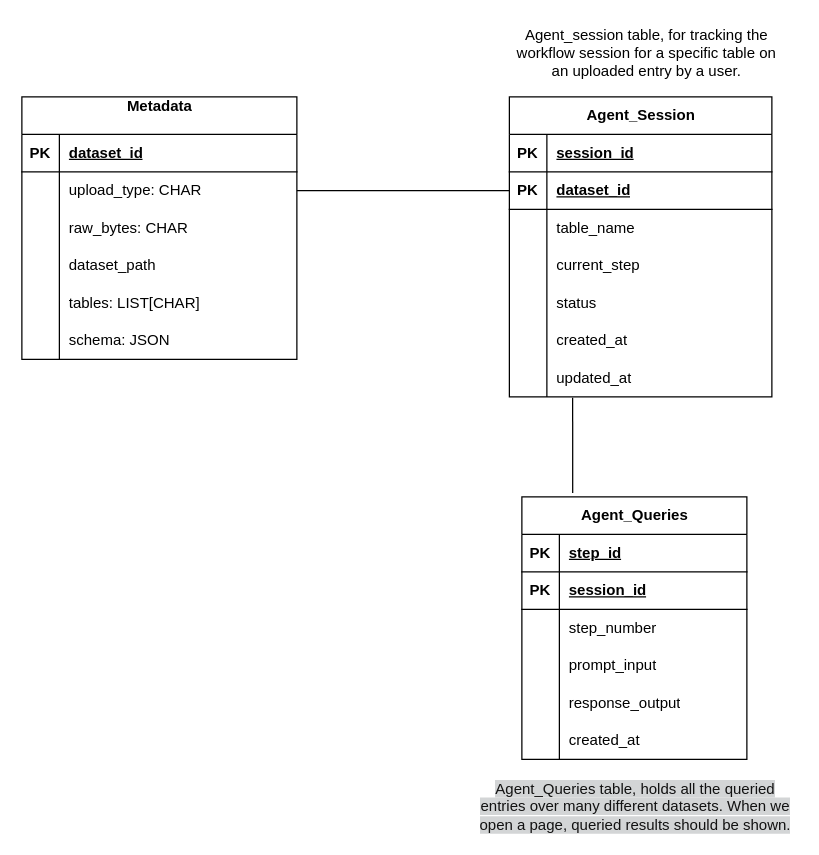
Earlier version of the draw.io diagram notes/Dataspace Diagram.drawio (DataspaceOrg/DataspaceV1). Source tidied: cells renumbered, new cells numbered last; positions are measured from the earlier drawing's top-left corner, leaving out a move shared by most shapes. Both pictures are drawn from the tidied source at 125%, with x=0, y=0 at pixel (21, 21).
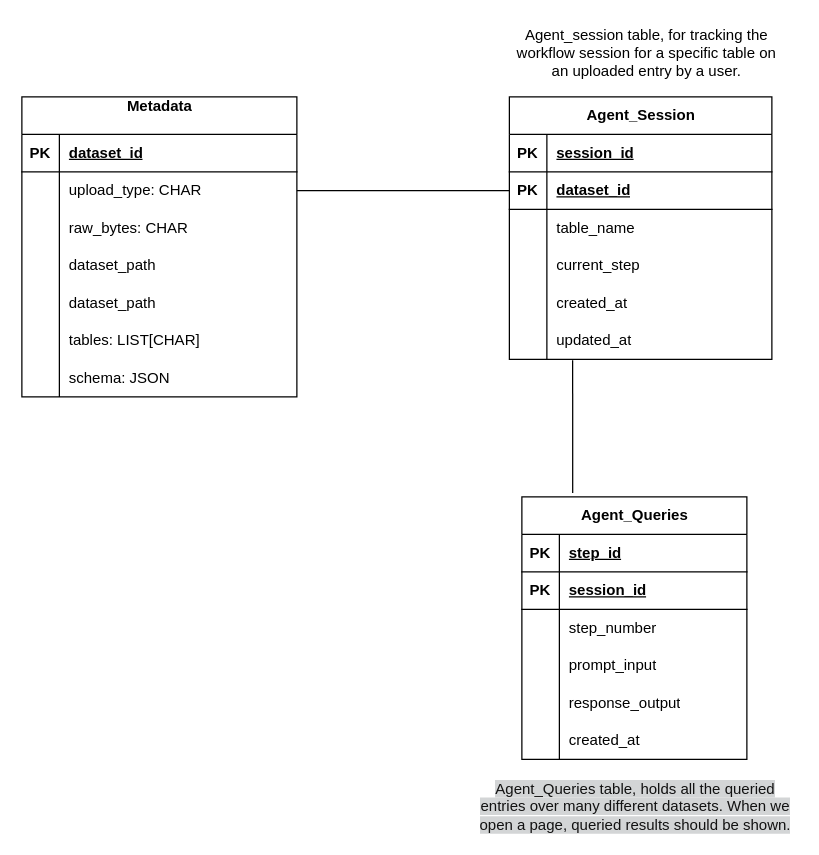
The same diagram, later.

What changed in the source:
```diff
@@
     <mxCell id="2" value="Metadata&lt;div&gt;&lt;br&gt;&lt;/div&gt;" style="shape=table;startSize=30;childLayout=tableLayout;rowLines=0;fontStyle=1;align=center;html=1;" parent="1" vertex="1">
-      <mxGeometry y="60" width="220" height="210" as="geometry" />
+      <mxGeometry y="60" width="220" height="240" as="geometry" />
     </mxCell>
@@
+    <mxCell id="66" style="shape=tableRow;horizontal=0;startSize=0;swimlaneHead=0;swimlaneBody=0;fillColor=none;top=0;left=0;right=0;bottom=0;" parent="2" vertex="1">
+      <mxGeometry y="150" width="220" height="30" as="geometry" />
+    </mxCell>
+    <mxCell id="36" style="shape=partialRectangle;fillColor=none;top=0;left=0;bottom=0;right=0;overflow=hidden;whiteSpace=wrap;html=1;" parent="66" vertex="1">
+      <mxGeometry width="30" height="30" as="geometry" />
+    </mxCell>
+    <mxCell id="67" value="dataset_path" style="shape=partialRectangle;fillColor=none;top=0;left=0;bottom=0;right=0;align=left;spacingLeft=6;overflow=hidden;whiteSpace=wrap;html=1;" parent="66" vertex="1">
+      <mxGeometry x="30" width="190" height="30" as="geometry" />
+    </mxCell>
     <mxCell id="15" style="shape=tableRow;horizontal=0;startSize=0;swimlaneHead=0;swimlaneBody=0;fillColor=none;top=0;left=0;right=0;bottom=0;" parent="2" vertex="1">
-      <mxGeometry y="150" width="220" height="30" as="geometry" />
+      <mxGeometry y="180" width="220" height="30" as="geometry" />
     </mxCell>
@@
     <mxCell id="18" style="shape=tableRow;horizontal=0;startSize=0;swimlaneHead=0;swimlaneBody=0;fillColor=none;top=0;left=0;right=0;bottom=0;" parent="2" vertex="1">
-      <mxGeometry y="180" width="220" height="30" as="geometry" />
+      <mxGeometry y="210" width="220" height="30" as="geometry" />
     </mxCell>
@@
     <mxCell id="22" value="Agent_Session" style="shape=table;startSize=30;childLayout=tableLayout;rowLines=0;fontStyle=1;align=center;html=1;" parent="1" vertex="1">
-      <mxGeometry x="390" y="60" width="210" height="240" as="geometry" />
+      <mxGeometry x="390" y="60" width="210" height="210" as="geometry" />
     </mxCell>
@@
-    <mxCell id="35" style="shape=tableRow;horizontal=0;startSize=0;swimlaneHead=0;swimlaneBody=0;fillColor=none;top=0;left=0;right=0;bottom=0;" parent="22" vertex="1">
-      <mxGeometry y="150" width="210" height="30" as="geometry" />
-    </mxCell>
-    <mxCell id="36" style="shape=partialRectangle;fillColor=none;top=0;left=0;bottom=0;right=0;overflow=hidden;whiteSpace=wrap;html=1;" parent="35" vertex="1">
-      <mxGeometry width="30" height="30" as="geometry" />
-    </mxCell>
-    <mxCell id="37" value="status" style="shape=partialRectangle;fillColor=none;top=0;left=0;bottom=0;right=0;align=left;spacingLeft=6;overflow=hidden;whiteSpace=wrap;html=1;" parent="35" vertex="1">
-      <mxGeometry x="30" width="180" height="30" as="geometry" />
-    </mxCell>
     <mxCell id="38" style="shape=tableRow;horizontal=0;startSize=0;swimlaneHead=0;swimlaneBody=0;fillColor=none;top=0;left=0;right=0;bottom=0;" parent="22" vertex="1">
-      <mxGeometry y="180" width="210" height="30" as="geometry" />
+      <mxGeometry y="150" width="210" height="30" as="geometry" />
     </mxCell>
@@
     <mxCell id="41" style="shape=tableRow;horizontal=0;startSize=0;swimlaneHead=0;swimlaneBody=0;fillColor=none;points=[[0,0.5],[1,0.5]];portConstraint=eastwest;top=0;left=0;right=0;bottom=0;" parent="22" vertex="1">
-      <mxGeometry y="210" width="210" height="30" as="geometry" />
+      <mxGeometry y="180" width="210" height="30" as="geometry" />
     </mxCell>
```
